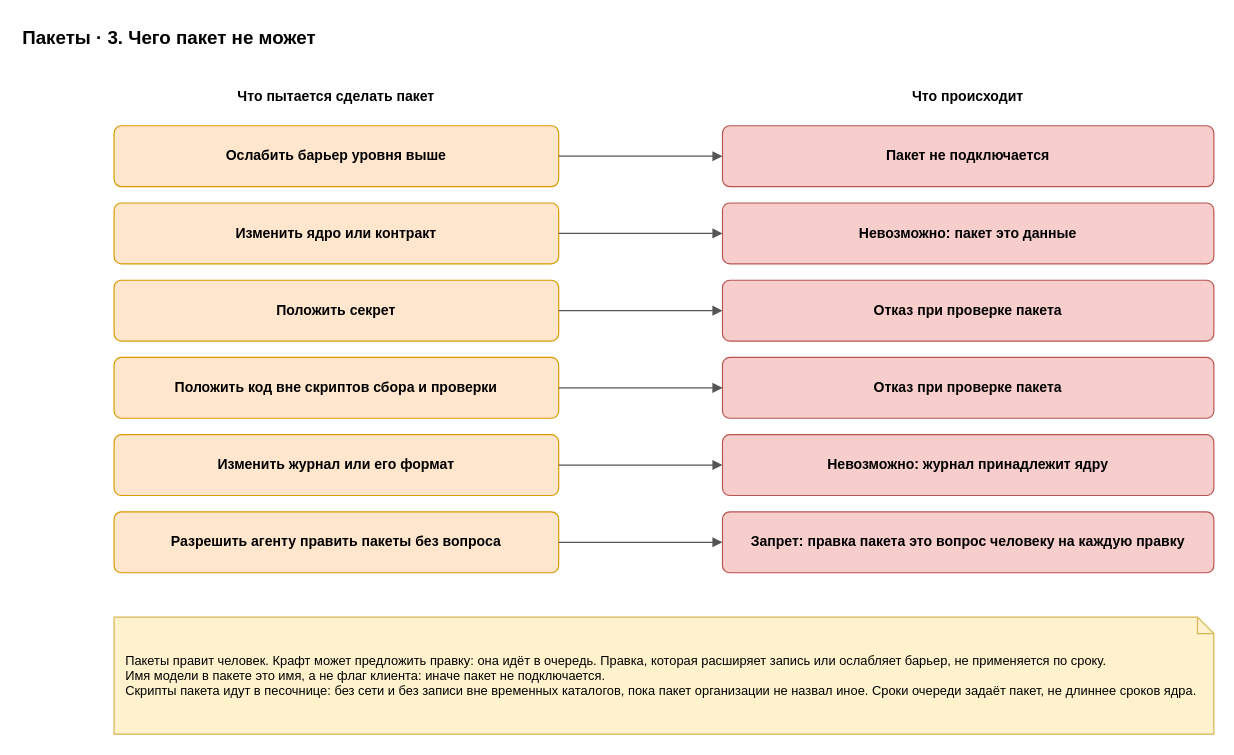
Before: page "3. Границы" (3 of 5) of docs/spec/harness-packs.drawio in roygkov/reins, a draw.io diagram. Source tidied: cells renumbered, new cells numbered last; positions are measured from the earlier drawing's top-left corner, leaving out a move shared by most shapes. Both pictures are drawn from the tidied source at 117%, with x=0, y=0 at pixel (20, 20).
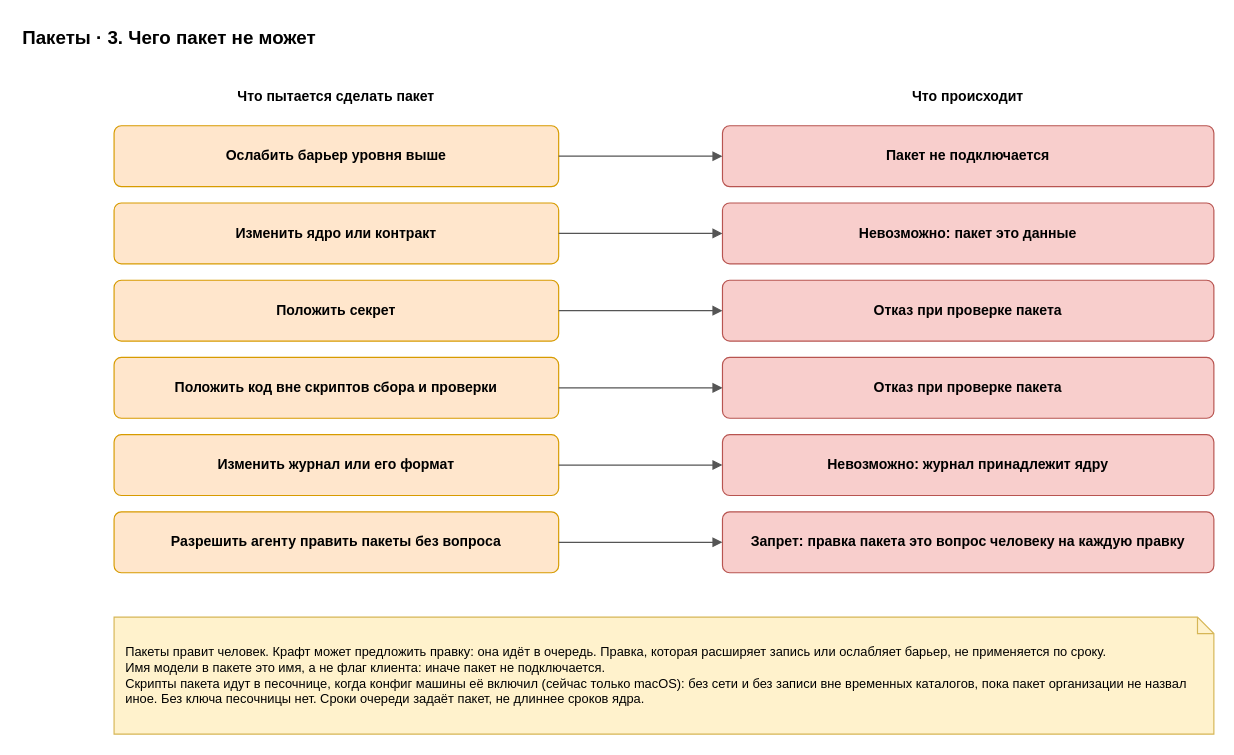
After the change.

What changed in the source:
```diff
@@
-    <mxCell id="23" value="Пакеты правит человек. Крафт может предложить правку: она идёт в очередь. Правка, которая расширяет запись или ослабляет барьер, не применяется по сроку.&lt;br&gt;Имя модели в пакете это имя, а не флаг клиента: иначе пакет не подключается.&lt;br&gt;Скрипты пакета идут в песочнице: без сети и без записи вне временных каталогов, пока пакет организации не назвал иное. Сроки очереди задаёт пакет, не длиннее сроков ядра." style="shape=note;whiteSpace=wrap;html=1;backgroundOutline=1;size=14;fillColor=#fff2cc;strokeColor=#d6b656;align=left;spacingLeft=8;spacingRight=8;fontSize=11;" parent="1" vertex="1">
+    <mxCell id="23" value="Пакеты правит человек. Крафт может предложить правку: она идёт в очередь. Правка, которая расширяет запись или ослабляет барьер, не применяется по сроку.&lt;br&gt;Имя модели в пакете это имя, а не флаг клиента: иначе пакет не подключается.&lt;br&gt;Скрипты пакета идут в песочнице, когда конфиг машины её включил (сейчас только macOS): без сети и без записи вне временных каталогов, пока пакет организации не назвал иное. Без ключа песочницы нет. Сроки очереди задаёт пакет, не длиннее сроков ядра." style="shape=note;whiteSpace=wrap;html=1;backgroundOutline=1;size=14;fillColor=#fff2cc;strokeColor=#d6b656;align=left;spacingLeft=8;spacingRight=8;fontSize=11;" parent="1" vertex="1">
       <mxGeometry x="80" y="510" width="940" height="100" as="geometry" />
     </mxCell>
```
